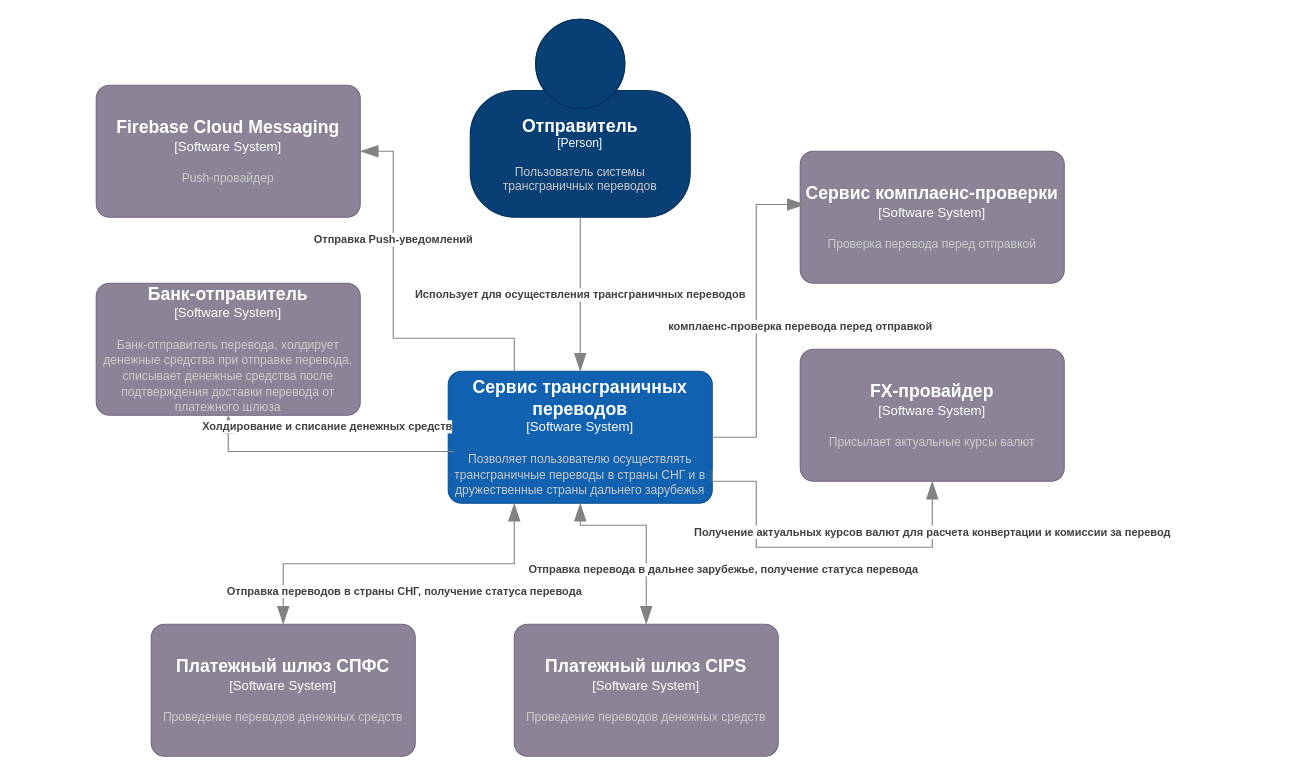
This is 02-architecture/c4-context.drawio from MarinaChinchevich/cross-border-transfers-docs, a draw.io file, before an edit. Source tidied: cells renumbered, new cells numbered last; positions are measured from the earlier drawing's top-left corner, leaving out a move shared by most shapes. Both pictures are drawn from the tidied source at 110%, with x=0, y=0 at pixel (96, 19).
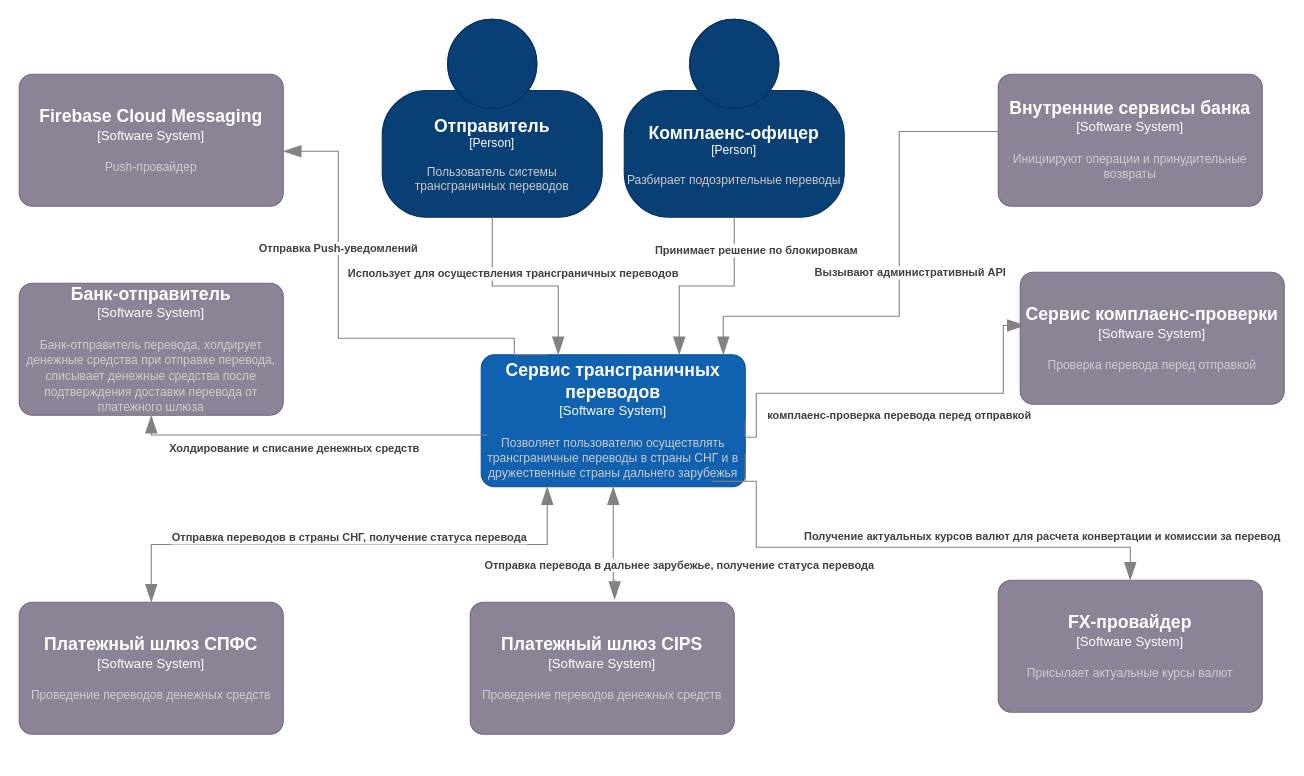
After the change.

Commit message (it also covers changes not shown here):
Дополнить диаграмму С4, дополнить архитектурным решением

Diff of the diagram source:
```diff
@@
     <object id="2" label="&lt;font style=&quot;font-size: 16px&quot;&gt;&lt;b&gt;%c4Name%&lt;/b&gt;&lt;/font&gt;&lt;div&gt;[%c4Type%]&lt;/div&gt;&lt;br&gt;&lt;div&gt;&lt;font style=&quot;font-size: 11px&quot;&gt;&lt;font color=&quot;#cccccc&quot;&gt;%c4Description%&lt;/font&gt;&lt;/div&gt;" c4Description="Пользователь системы трансграничных переводов" c4Name="Отправитель" c4Type="Person" placeholders="1">
       <mxCell style="html=1;fontSize=11;dashed=0;whiteSpace=wrap;fillColor=#083F75;strokeColor=#06315C;fontColor=#ffffff;shape=mxgraph.c4.person2;align=center;points=[[0.5,0,0],[1,0.5,0],[1,0.75,0],[0.75,1,0],[0.5,1,0],[0.25,1,0],[0,0.75,0],[0,0.5,0]];" parent="1" vertex="1">
-        <mxGeometry x="340" width="200" height="180" as="geometry" />
+        <mxGeometry x="260" width="200" height="180" as="geometry" />
       </mxCell>
     </object>
     <object id="3" label="&lt;font style=&quot;font-size: 16px&quot;&gt;&lt;b&gt;%c4Name%&lt;/b&gt;&lt;/font&gt;&lt;div&gt;[%c4Type%]&lt;/div&gt;&lt;br&gt;&lt;div&gt;&lt;font style=&quot;font-size: 11px&quot;&gt;&lt;font color=&quot;#cccccc&quot;&gt;%c4Description%&lt;/font&gt;&lt;/div&gt;" c4Description="Позволяет пользователю осуществлять трансграничные переводы в страны СНГ и в дружественные страны дальнего зарубежья" c4Name="Сервис трансграничных переводов" c4Type="Software System" placeholders="1">
       <mxCell style="rounded=1;whiteSpace=wrap;html=1;labelBackgroundColor=none;fillColor=#1061B0;fontColor=#ffffff;align=center;arcSize=10;strokeColor=#0D5091;points=[[0.25,0,0],[0.5,0,0],[0.75,0,0],[1,0.25,0],[1,0.5,0],[1,0.75,0],[0.75,1,0],[0.5,1,0],[0.25,1,0],[0,0.75,0],[0,0.5,0],[0,0.25,0]];" parent="1" vertex="1">
-        <mxGeometry x="320" y="320" width="240" height="120" as="geometry" />
+        <mxGeometry x="350" y="305" width="240" height="120" as="geometry" />
       </mxCell>
     </object>
     <object id="4" label="&lt;font style=&quot;font-size: 16px&quot;&gt;&lt;b&gt;%c4Name%&lt;/b&gt;&lt;/font&gt;&lt;div&gt;[%c4Type%]&lt;/div&gt;&lt;br&gt;&lt;div&gt;&lt;font style=&quot;font-size: 11px&quot;&gt;&lt;font color=&quot;#cccccc&quot;&gt;%c4Description%&lt;/font&gt;&lt;/div&gt;" c4Description="Банк-отправитель перевода, холдирует денежные средства при отправке перевода, списывает денежные средства после подтверждения доставки перевода от платежного шлюза" c4Name="Банк-отправитель" c4Type="Software System" placeholders="1">
       <mxCell style="rounded=1;whiteSpace=wrap;html=1;labelBackgroundColor=none;fillColor=#8C8496;fontColor=#ffffff;align=center;arcSize=10;strokeColor=#736782;points=[[0.25,0,0],[0.5,0,0],[0.75,0,0],[1,0.25,0],[1,0.5,0],[1,0.75,0],[0.75,1,0],[0.5,1,0],[0.25,1,0],[0,0.75,0],[0,0.5,0],[0,0.25,0]];" parent="1" vertex="1">
-        <mxGeometry y="240" width="240" height="120" as="geometry" />
+        <mxGeometry x="-70" y="240" width="240" height="120" as="geometry" />
       </mxCell>
     </object>
     <object id="5" label="&lt;font style=&quot;font-size: 16px&quot;&gt;&lt;b&gt;%c4Name%&lt;/b&gt;&lt;/font&gt;&lt;div&gt;[%c4Type%]&lt;/div&gt;&lt;br&gt;&lt;div&gt;&lt;font style=&quot;font-size: 11px&quot;&gt;&lt;font color=&quot;#cccccc&quot;&gt;%c4Description%&lt;/font&gt;&lt;/div&gt;" c4Description="Присылает актуальные курсы валют" c4Name="FX-провайдер" c4Type="Software System" placeholders="1">
       <mxCell style="rounded=1;whiteSpace=wrap;html=1;labelBackgroundColor=none;fillColor=#8C8496;fontColor=#ffffff;align=center;arcSize=10;strokeColor=#736782;points=[[0.25,0,0],[0.5,0,0],[0.75,0,0],[1,0.25,0],[1,0.5,0],[1,0.75,0],[0.75,1,0],[0.5,1,0],[0.25,1,0],[0,0.75,0],[0,0.5,0],[0,0.25,0]];" parent="1" vertex="1">
-        <mxGeometry x="640" y="300" width="240" height="120" as="geometry" />
+        <mxGeometry x="820" y="510" width="240" height="120" as="geometry" />
       </mxCell>
     </object>
     <object id="6" label="&lt;font style=&quot;font-size: 16px&quot;&gt;&lt;b&gt;%c4Name%&lt;/b&gt;&lt;/font&gt;&lt;div&gt;[%c4Type%]&lt;/div&gt;&lt;br&gt;&lt;div&gt;&lt;font style=&quot;font-size: 11px&quot;&gt;&lt;font color=&quot;#cccccc&quot;&gt;%c4Description%&lt;/font&gt;&lt;/div&gt;" c4Description="Проверка перевода перед отправкой " c4Name="Сервис комплаенс-проверки" c4Type="Software System" placeholders="1">
       <mxCell style="rounded=1;whiteSpace=wrap;html=1;labelBackgroundColor=none;fillColor=#8C8496;fontColor=#ffffff;align=center;arcSize=10;strokeColor=#736782;points=[[0.25,0,0],[0.5,0,0],[0.75,0,0],[1,0.25,0],[1,0.5,0],[1,0.75,0],[0.75,1,0],[0.5,1,0],[0.25,1,0],[0,0.75,0],[0,0.5,0],[0,0.25,0]];" parent="1" vertex="1">
-        <mxGeometry x="640" y="120" width="240" height="120" as="geometry" />
+        <mxGeometry x="840" y="230" width="240" height="120" as="geometry" />
       </mxCell>
     </object>
     <object id="7" label="&lt;font style=&quot;font-size: 16px&quot;&gt;&lt;b&gt;%c4Name%&lt;/b&gt;&lt;/font&gt;&lt;div&gt;[%c4Type%]&lt;/div&gt;&lt;br&gt;&lt;div&gt;&lt;font style=&quot;font-size: 11px&quot;&gt;&lt;font color=&quot;#cccccc&quot;&gt;%c4Description%&lt;/font&gt;&lt;/div&gt;" c4Description="Проведение переводов денежных средств" c4Name="Платежный шлюз CIPS" c4Type="Software System" placeholders="1">
       <mxCell style="rounded=1;whiteSpace=wrap;html=1;labelBackgroundColor=none;fillColor=#8C8496;fontColor=#ffffff;align=center;arcSize=10;strokeColor=#736782;points=[[0.25,0,0],[0.5,0,0],[0.75,0,0],[1,0.25,0],[1,0.5,0],[1,0.75,0],[0.75,1,0],[0.5,1,0],[0.25,1,0],[0,0.75,0],[0,0.5,0],[0,0.25,0]];" parent="1" vertex="1">
-        <mxGeometry x="380" y="550" width="240" height="120" as="geometry" />
+        <mxGeometry x="340" y="530" width="240" height="120" as="geometry" />
       </mxCell>
     </object>
     <object id="8" label="&lt;font style=&quot;font-size: 16px&quot;&gt;&lt;b&gt;%c4Name%&lt;/b&gt;&lt;/font&gt;&lt;div&gt;[%c4Type%]&lt;/div&gt;&lt;br&gt;&lt;div&gt;&lt;font style=&quot;font-size: 11px&quot;&gt;&lt;font color=&quot;#cccccc&quot;&gt;%c4Description%&lt;/font&gt;&lt;/div&gt;" c4Description="Проведение переводов денежных средств" c4Name="Платежный шлюз СПФС" c4Type="Software System" placeholders="1">
       <mxCell style="rounded=1;whiteSpace=wrap;html=1;labelBackgroundColor=none;fillColor=#8C8496;fontColor=#ffffff;align=center;arcSize=10;strokeColor=#736782;points=[[0.25,0,0],[0.5,0,0],[0.75,0,0],[1,0.25,0],[1,0.5,0],[1,0.75,0],[0.75,1,0],[0.5,1,0],[0.25,1,0],[0,0.75,0],[0,0.5,0],[0,0.25,0]];" parent="1" vertex="1">
-        <mxGeometry x="50" y="550" width="240" height="120" as="geometry" />
+        <mxGeometry x="-70" y="530" width="240" height="120" as="geometry" />
       </mxCell>
     </object>
     <object id="9" label="&lt;div style=&quot;text-align: left&quot;&gt;&lt;div style=&quot;text-align: center&quot;&gt;&lt;b&gt;%c4Description%&lt;/b&gt;&lt;/div&gt;" c4Description="Использует для осуществления трансграничных переводов" placeholders="1">
-      <mxCell style="endArrow=blockThin;html=1;fontSize=10;fontColor=#404040;strokeWidth=1;endFill=1;strokeColor=#828282;elbow=vertical;endSize=14;startSize=14;jumpStyle=arc;jumpSize=16;rounded=0;edgeStyle=orthogonalEdgeStyle;entryX=0.5;entryY=0;entryDx=0;entryDy=0;entryPerimeter=0;" parent="1" edge="1" source="2" target="3">
-        <mxGeometry relative="1" as="geometry" />
+      <mxCell style="endArrow=blockThin;html=1;fontSize=10;fontColor=#404040;strokeWidth=1;endFill=1;strokeColor=#828282;elbow=vertical;endSize=14;startSize=14;jumpStyle=arc;jumpSize=16;rounded=0;edgeStyle=orthogonalEdgeStyle;" parent="1" edge="1" source="2" target="3">
+        <mxGeometry x="-0.11" y="12" relative="1" as="geometry">
+          <Array as="points">
+            <mxPoint x="360" y="242.5" />
+            <mxPoint x="420" y="242.5" />
+          </Array>
+          <mxPoint x="-1" as="offset" />
+        </mxGeometry>
       </mxCell>
     </object>
     <object id="10" label="&lt;div style=&quot;text-align: left&quot;&gt;&lt;div style=&quot;text-align: center&quot;&gt;&lt;b&gt;%c4Description%&lt;/b&gt;&lt;/div&gt;" c4Description="Холдирование и списание денежных средств" placeholders="1">
       <mxCell style="endArrow=blockThin;html=1;fontSize=10;fontColor=#404040;strokeWidth=1;endFill=1;strokeColor=#828282;elbow=vertical;endSize=14;startSize=14;jumpStyle=arc;jumpSize=16;rounded=0;edgeStyle=orthogonalEdgeStyle;entryX=0.5;entryY=1;entryDx=0;entryDy=0;entryPerimeter=0;exitX=0.023;exitY=0.608;exitDx=0;exitDy=0;exitPerimeter=0;" parent="1" edge="1" source="3" target="4">
-        <mxGeometry x="-0.03" y="-23" relative="1" as="geometry" />
+        <mxGeometry x="0.09" y="12" relative="1" as="geometry" />
       </mxCell>
     </object>
     <object id="11" label="&lt;div style=&quot;text-align: left&quot;&gt;&lt;div style=&quot;text-align: center&quot;&gt;&lt;b&gt;%c4Description%&lt;/b&gt;&lt;/div&gt;" c4Description="комплаенс-проверка перевода перед отправкой" placeholders="1">
       <mxCell style="endArrow=blockThin;html=1;fontSize=10;fontColor=#404040;strokeWidth=1;endFill=1;strokeColor=#828282;elbow=vertical;endSize=14;startSize=14;jumpStyle=arc;jumpSize=16;rounded=0;edgeStyle=orthogonalEdgeStyle;entryX=0.019;entryY=0.403;entryDx=0;entryDy=0;entryPerimeter=0;exitX=1;exitY=0.5;exitDx=0;exitDy=0;exitPerimeter=0;" parent="1" edge="1" source="3" target="6">
-        <mxGeometry x="-0.05" y="-40" relative="1" as="geometry">
+        <mxGeometry x="0.05" y="-20" relative="1" as="geometry">
           <Array as="points">
             <mxPoint x="600" y="380" />
-            <mxPoint x="600" y="168.4" />
+            <mxPoint x="600" y="340" />
+            <mxPoint x="824.6" y="340" />
           </Array>
         </mxGeometry>
       </mxCell>
     </object>
     <object id="12" label="&lt;div style=&quot;text-align: left&quot;&gt;&lt;div style=&quot;text-align: center&quot;&gt;&lt;b&gt;%c4Description%&lt;/b&gt;&lt;/div&gt;" c4Description="Получение актуальных курсов валют для расчета конвертации и комиссии за перевод" placeholders="1">
       <mxCell style="endArrow=blockThin;html=1;fontSize=10;fontColor=#404040;strokeWidth=1;endFill=1;strokeColor=#828282;elbow=vertical;endSize=14;startSize=14;jumpStyle=arc;jumpSize=16;rounded=0;edgeStyle=orthogonalEdgeStyle;exitX=1;exitY=0.75;exitDx=0;exitDy=0;exitPerimeter=0;" parent="1" edge="1" source="3" target="5">
-        <mxGeometry x="0.72" relative="1" as="geometry">
+        <mxGeometry x="0.58" y="10" relative="1" as="geometry">
           <Array as="points">
             <mxPoint x="560" y="420" />
             <mxPoint x="600" y="420" />
             <mxPoint x="600" y="480" />
             <mxPoint x="760" y="480" />
           </Array>
         </mxGeometry>
       </mxCell>
     </object>
     <object id="13" label="&lt;div style=&quot;text-align: left&quot;&gt;&lt;div style=&quot;text-align: center&quot;&gt;&lt;b&gt;%c4Description%&lt;/b&gt;&lt;/div&gt;" c4Description="Отправка перевода в дальнее зарубежье, получение статуса перевода" placeholders="1">
-      <mxCell style="endArrow=blockThin;html=1;fontSize=10;fontColor=#404040;strokeWidth=1;endFill=1;strokeColor=#828282;elbow=vertical;endSize=14;startSize=14;jumpStyle=arc;jumpSize=16;rounded=0;edgeStyle=orthogonalEdgeStyle;entryX=0.5;entryY=0;entryDx=0;entryDy=0;entryPerimeter=0;exitX=0.5;exitY=1;exitDx=0;exitDy=0;exitPerimeter=0;startArrow=blockThin;startFill=1;" parent="1" edge="1" source="3" target="7">
-        <mxGeometry x="0.41" y="70" relative="1" as="geometry">
+      <mxCell style="endArrow=blockThin;html=1;fontSize=10;fontColor=#404040;strokeWidth=1;endFill=1;strokeColor=#828282;elbow=vertical;endSize=14;startSize=14;jumpStyle=arc;jumpSize=16;rounded=0;edgeStyle=orthogonalEdgeStyle;entryX=0.547;entryY=-0.021;entryDx=0;entryDy=0;entryPerimeter=0;exitX=0.5;exitY=1;exitDx=0;exitDy=0;exitPerimeter=0;startArrow=blockThin;startFill=1;" parent="1" edge="1" source="3" target="7">
+        <mxGeometry x="0.37" y="60" relative="1" as="geometry">
           <Array as="points">
-            <mxPoint x="440" y="460" />
-            <mxPoint x="500" y="460" />
+            <mxPoint x="470" y="510" />
+            <mxPoint x="471.3" y="510" />
           </Array>
         </mxGeometry>
       </mxCell>
     </object>
     <object id="14" label="&lt;div style=&quot;text-align: left&quot;&gt;&lt;div style=&quot;text-align: center&quot;&gt;&lt;b&gt;%c4Description%&lt;/b&gt;&lt;/div&gt;" c4Description="Отправка переводов в страны СНГ, получение статуса перевода" placeholders="1">
       <mxCell style="endArrow=blockThin;html=1;fontSize=10;fontColor=#404040;strokeWidth=1;endFill=1;strokeColor=#828282;elbow=vertical;endSize=14;startSize=14;jumpStyle=arc;jumpSize=16;rounded=0;edgeStyle=orthogonalEdgeStyle;entryX=0.5;entryY=0;entryDx=0;entryDy=0;entryPerimeter=0;exitX=0.25;exitY=1;exitDx=0;exitDy=0;exitPerimeter=0;startArrow=blockThin;startFill=1;" parent="1" edge="1" source="3" target="8">
-        <mxGeometry x="-0.03" y="25" relative="1" as="geometry" />
+        <mxGeometry y="-8" relative="1" as="geometry">
+          <mxPoint y="1" as="offset" />
+        </mxGeometry>
       </mxCell>
     </object>
     <object id="15" label="&lt;font style=&quot;font-size: 16px&quot;&gt;&lt;b&gt;%c4Name%&lt;/b&gt;&lt;/font&gt;&lt;div&gt;[%c4Type%]&lt;/div&gt;&lt;br&gt;&lt;div&gt;&lt;font style=&quot;font-size: 11px&quot;&gt;&lt;font color=&quot;#cccccc&quot;&gt;%c4Description%&lt;/font&gt;&lt;/div&gt;" c4Description="Push-провайдер" c4Name="Firebase Cloud Messaging" c4Type="Software System" placeholders="1">
       <mxCell style="rounded=1;whiteSpace=wrap;html=1;labelBackgroundColor=none;fillColor=#8C8496;fontColor=#ffffff;align=center;arcSize=10;strokeColor=#736782;points=[[0.25,0,0],[0.5,0,0],[0.75,0,0],[1,0.25,0],[1,0.5,0],[1,0.75,0],[0.75,1,0],[0.5,1,0],[0.25,1,0],[0,0.75,0],[0,0.5,0],[0,0.25,0]];" parent="1" vertex="1">
-        <mxGeometry y="60" width="240" height="120" as="geometry" />
+        <mxGeometry x="-70" y="50" width="240" height="120" as="geometry" />
       </mxCell>
     </object>
     <object id="16" label="&lt;div style=&quot;text-align: left&quot;&gt;&lt;div style=&quot;text-align: center&quot;&gt;&lt;b&gt;%c4Description%&lt;/b&gt;&lt;/div&gt;" c4Description="Отправка Push-уведомлений " placeholders="1">
       <mxCell style="endArrow=blockThin;html=1;fontSize=10;fontColor=#404040;strokeWidth=1;endFill=1;strokeColor=#828282;elbow=vertical;endSize=14;startSize=14;jumpStyle=arc;jumpSize=16;rounded=0;edgeStyle=orthogonalEdgeStyle;exitX=0.25;exitY=0;exitDx=0;exitDy=0;exitPerimeter=0;" parent="1" edge="1" source="3" target="15">
         <mxGeometry x="0.35" relative="1" as="geometry">
           <Array as="points">
+            <mxPoint x="380" y="305" />
             <mxPoint x="380" y="290" />
-            <mxPoint x="270" y="290" />
-            <mxPoint x="270" y="120" />
+            <mxPoint x="220" y="290" />
+            <mxPoint x="220" y="120" />
           </Array>
         </mxGeometry>
       </mxCell>
     </object>
+    <object id="17" label="&lt;font style=&quot;font-size: 16px&quot;&gt;&lt;b&gt;%c4Name%&lt;/b&gt;&lt;/font&gt;&lt;div&gt;[%c4Type%]&lt;/div&gt;&lt;br&gt;&lt;div&gt;&lt;font style=&quot;font-size: 11px&quot;&gt;&lt;font color=&quot;#cccccc&quot;&gt;%c4Description%&lt;/font&gt;&lt;/div&gt;" c4Description="Инициируют операции и принудительные возвраты" c4Name="Внутренние сервисы банка" c4Type="Software System" placeholders="1">
+      <mxCell style="rounded=1;whiteSpace=wrap;html=1;labelBackgroundColor=none;fillColor=#8C8496;fontColor=#ffffff;align=center;arcSize=10;strokeColor=#736782;points=[[0.25,0,0],[0.5,0,0],[0.75,0,0],[1,0.25,0],[1,0.5,0],[1,0.75,0],[0.75,1,0],[0.5,1,0],[0.25,1,0],[0,0.75,0],[0,0.5,0],[0,0.25,0]];" parent="1" vertex="1">
+        <mxGeometry x="820" y="50" width="240" height="120" as="geometry" />
+      </mxCell>
+    </object>
+    <object id="18" label="&lt;font style=&quot;font-size: 16px&quot;&gt;&lt;b&gt;%c4Name%&lt;/b&gt;&lt;/font&gt;&lt;div&gt;[%c4Type%]&lt;/div&gt;&lt;br&gt;&lt;div&gt;&lt;font style=&quot;font-size: 11px&quot;&gt;&lt;font color=&quot;#cccccc&quot;&gt;%c4Description%&lt;/font&gt;&lt;/div&gt;" c4Description="Разбирает подозрительные переводы " c4Name="Комплаенс-офицер" c4Type="Person" placeholders="1">
+      <mxCell style="html=1;fontSize=11;dashed=0;whiteSpace=wrap;fillColor=#083F75;strokeColor=#06315C;fontColor=#ffffff;shape=mxgraph.c4.person2;align=center;points=[[0.5,0,0],[1,0.5,0],[1,0.75,0],[0.75,1,0],[0.5,1,0],[0.25,1,0],[0,0.75,0],[0,0.5,0]];" parent="1" vertex="1">
+        <mxGeometry x="480" width="200" height="180" as="geometry" />
+      </mxCell>
+    </object>
+    <object id="19" label="&lt;div style=&quot;text-align: left&quot;&gt;&lt;div style=&quot;text-align: center&quot;&gt;&lt;b&gt;%c4Description%&lt;/b&gt;&lt;/div&gt;" c4Description="Принимает решение по блокировкам" placeholders="1">
+      <mxCell style="endArrow=blockThin;html=1;fontSize=10;fontColor=#404040;strokeWidth=1;endFill=1;strokeColor=#828282;elbow=vertical;endSize=14;startSize=14;jumpStyle=arc;jumpSize=16;rounded=0;edgeStyle=orthogonalEdgeStyle;entryX=0.75;entryY=0;entryDx=0;entryDy=0;entryPerimeter=0;" parent="1" edge="1" source="18" target="3">
+        <mxGeometry x="-0.66" y="20" relative="1" as="geometry" />
+      </mxCell>
+    </object>
+    <object id="20" label="&lt;div style=&quot;text-align: left&quot;&gt;&lt;div style=&quot;text-align: center&quot;&gt;&lt;b&gt;%c4Description%&lt;/b&gt;&lt;/div&gt;" c4Description="Вызывают административный API" placeholders="1">
+      <mxCell style="endArrow=blockThin;html=1;fontSize=10;fontColor=#404040;strokeWidth=1;endFill=1;strokeColor=#828282;elbow=vertical;endSize=14;startSize=14;jumpStyle=arc;jumpSize=16;rounded=0;edgeStyle=orthogonalEdgeStyle;exitX=0.007;exitY=0.434;exitDx=0;exitDy=0;exitPerimeter=0;" parent="1" edge="1" source="17" target="3">
+        <mxGeometry x="-0.03" y="10" relative="1" as="geometry">
+          <Array as="points">
+            <mxPoint x="730" y="102.1" />
+            <mxPoint x="730" y="270" />
+            <mxPoint x="570" y="270" />
+          </Array>
+        </mxGeometry>
+      </mxCell>
+    </object>
```
